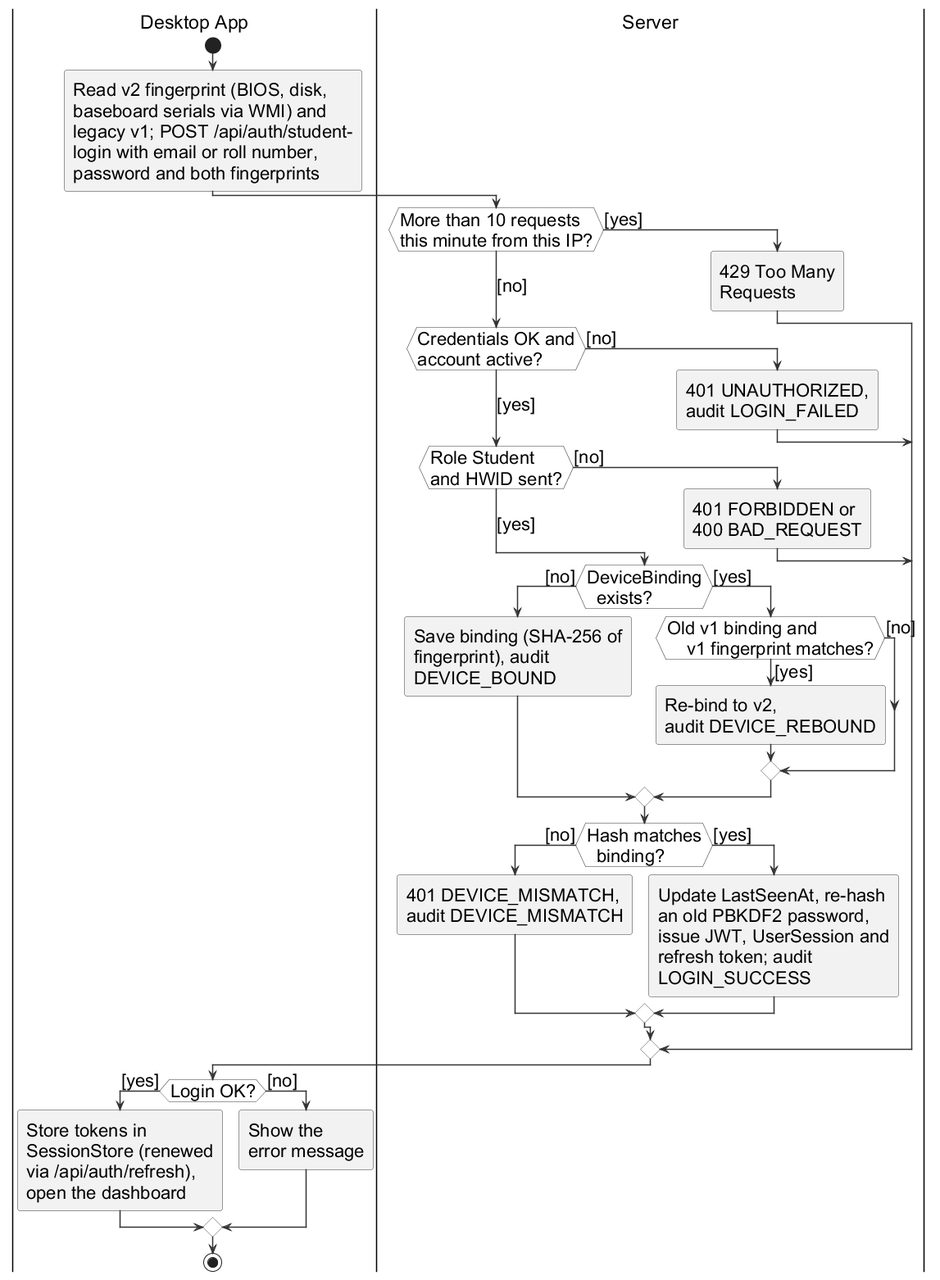
The PlantUML diagram important docs/fyp_doc_3chatp/Figures/activity_auth.png in Haiderali27-hub/AI-Lab-Monitoring-, before a commit. Its source is kept beside it as important docs/fyp_doc_3chatp/Figures/src/activity_auth.puml.
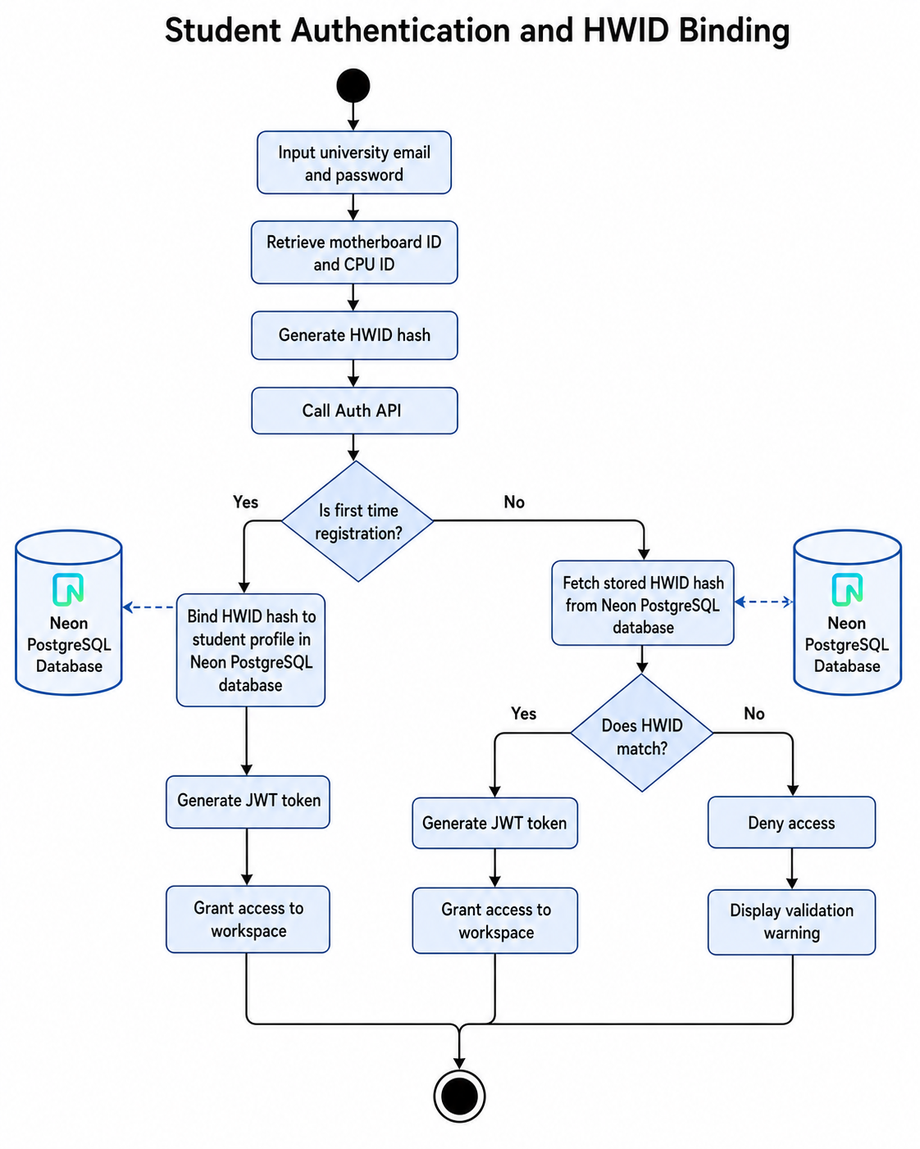
After the change.

What changed in the source:
```diff
@@ -12,59 +12,50 @@
 
 |Desktop App|
 start
-:Read v2 fingerprint (BIOS, disk,
-baseboard serials via WMI) and
-legacy v1; POST /api/auth/student-
-login with email or roll number,
-password and both fingerprints;
+:Read device fingerprint,
+send login;
 |Server|
-if (More than 10 requests
-this minute from this IP?) then ([yes])
-  :429 Too Many
-  Requests;
-([no]) elseif (Credentials OK and
+if (Over 10 tries a
+minute from this IP?) then ([yes])
+  :Refuse:
+  too many
+  requests;
+([no]) elseif (Password OK,
 account active?) then ([no])
-  :401 UNAUTHORIZED,
-  audit LOGIN_FAILED;
-([yes]) elseif (Role Student
-and HWID sent?) then ([no])
-  :401 FORBIDDEN or
-  400 BAD_REQUEST;
+  :Refuse, audit
+  LOGIN_FAILED;
+([yes]) elseif (Student account,
+device ID sent?) then ([no])
+  :Refuse;
 else ([yes])
-  if (DeviceBinding
-  exists?) then ([no])
-    :Save binding (SHA-256 of
-    fingerprint), audit
-    DEVICE_BOUND;
+  if (Device
+  bound?) then ([no])
+    :Bind device hash,
+    audit DEVICE_BOUND;
   else ([yes])
-    if (Old v1 binding and
-    v1 fingerprint matches?) then ([yes])
-      :Re-bind to v2,
+    if (Old v1 binding
+    matches?) then ([yes])
+      :Upgrade to v2,
       audit DEVICE_REBOUND;
     else ([no])
     endif
   endif
-  if (Hash matches
-  binding?) then ([no])
-    :401 DEVICE_MISMATCH,
-    audit DEVICE_MISMATCH;
+  if (Same
+  device?) then ([no])
+    :Refuse, audit
+    DEVICE_MISMATCH;
   else ([yes])
-    :Update LastSeenAt, re-hash
-    an old PBKDF2 password,
-    issue JWT, UserSession and
-    refresh token; audit
+    :Issue tokens, audit
     LOGIN_SUCCESS;
   endif
 endif
 |Desktop App|
 if (Login OK?) then ([yes])
-  :Store tokens in
-  SessionStore (renewed
-  via /api/auth/refresh),
-  open the dashboard;
+  :Save tokens,
+  open dashboard;
 else ([no])
   :Show the
-  error message;
+  error;
 endif
 stop
 @enduml
```
